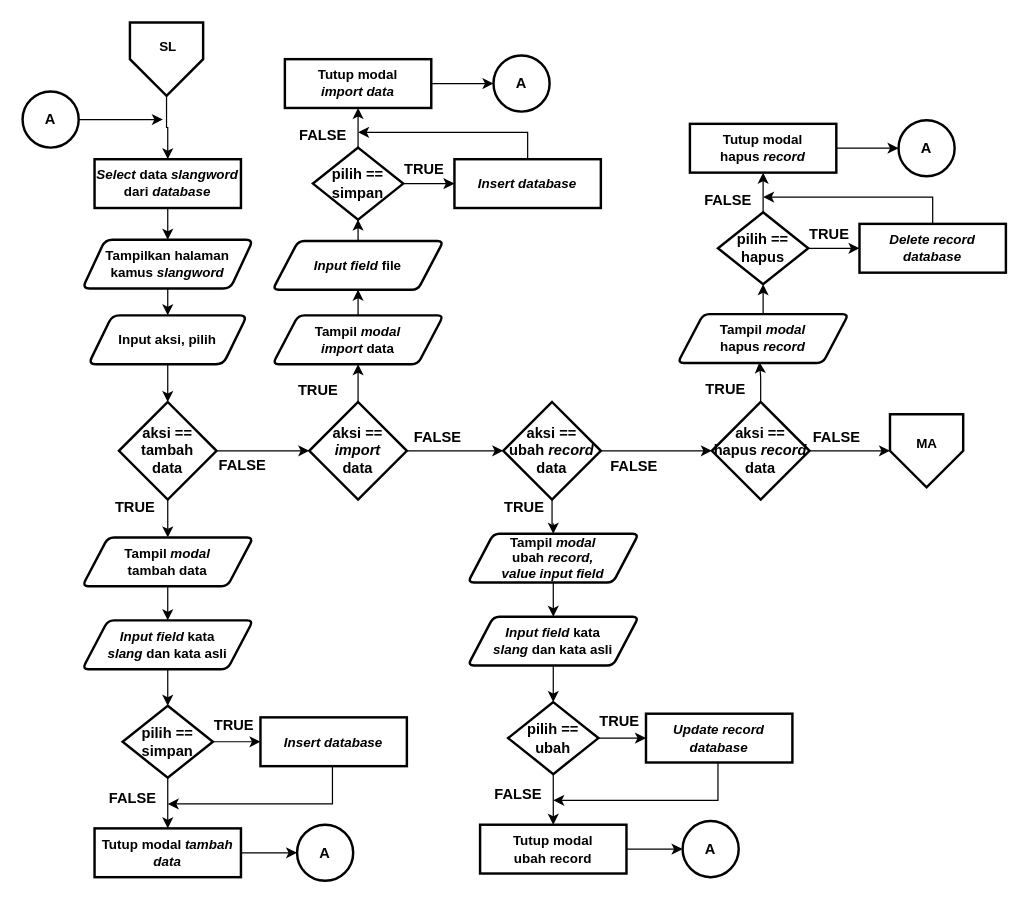
Above: Dokumen TA/Paper/Flowchart/Flowchart menu slangword.drawio in muspriandi/TextMining-SentimentAnalysis (draw.io), before the change. Source tidied: cells renumbered, new cells numbered last; positions are measured from the earlier drawing's top-left corner, leaving out a move shared by most shapes. Both pictures are drawn from the tidied source at 122%, with x=0, y=0 at pixel (22, 22).
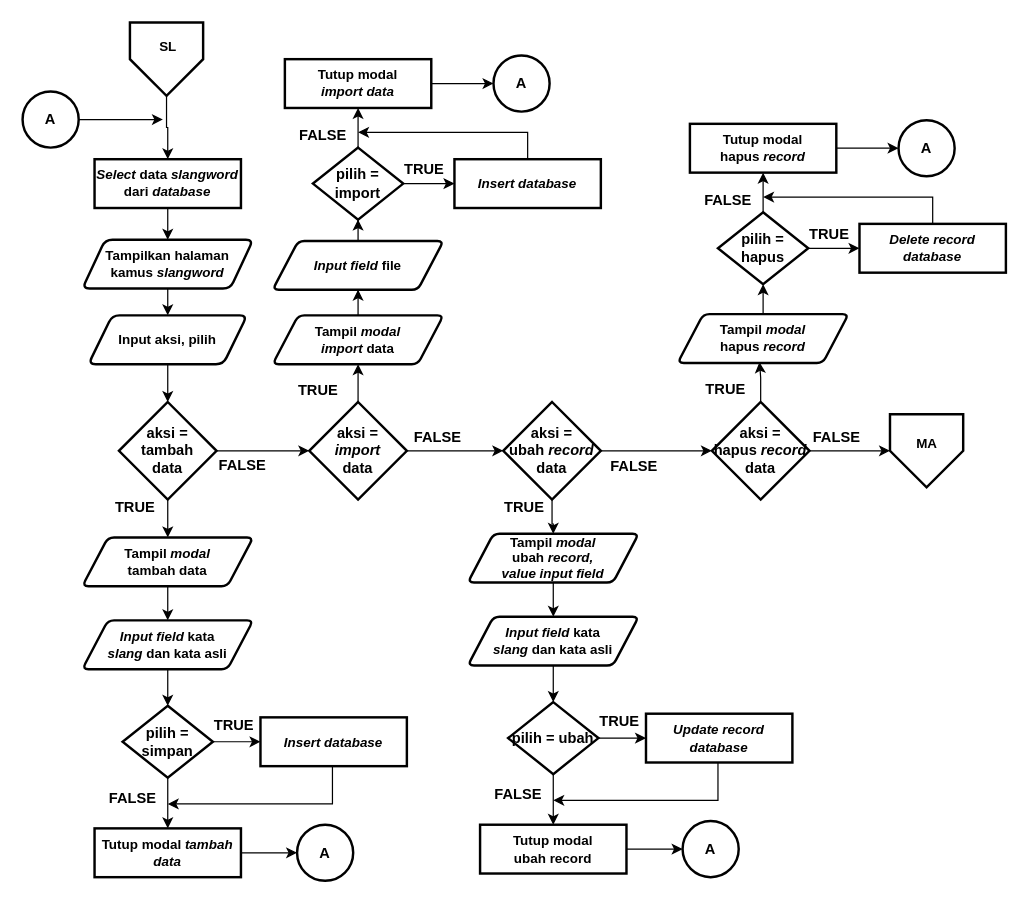
The same page after the edit.

What changed in the source:
```diff
@@
-    <mxCell id="17" value="&lt;b&gt;&lt;font style=&quot;font-size: 12px&quot;&gt;aksi == tambah&lt;br&gt;data&lt;/font&gt;&lt;/b&gt;" style="rhombus;whiteSpace=wrap;html=1;strokeWidth=2;" parent="1" vertex="1">
+    <mxCell id="17" value="&lt;b&gt;&lt;font style=&quot;font-size: 12px&quot;&gt;aksi = tambah&lt;br&gt;data&lt;/font&gt;&lt;/b&gt;" style="rhombus;whiteSpace=wrap;html=1;strokeWidth=2;" parent="1" vertex="1">
       <mxGeometry x="79" y="311" width="80" height="80" as="geometry" />
     </mxCell>
@@
-    <mxCell id="20" value="&lt;b&gt;&lt;font style=&quot;font-size: 12px&quot;&gt;aksi == &lt;i&gt;import&lt;/i&gt;&lt;br&gt;data&lt;br&gt;&lt;/font&gt;&lt;/b&gt;" style="rhombus;whiteSpace=wrap;html=1;strokeWidth=2;" parent="1" vertex="1">
+    <mxCell id="20" value="&lt;b&gt;&lt;font style=&quot;font-size: 12px&quot;&gt;aksi =&lt;br&gt;&lt;i&gt;import&lt;/i&gt;&lt;br&gt;data&lt;br&gt;&lt;/font&gt;&lt;/b&gt;" style="rhombus;whiteSpace=wrap;html=1;strokeWidth=2;" parent="1" vertex="1">
       <mxGeometry x="235" y="311" width="80" height="80" as="geometry" />
     </mxCell>
@@
-    <mxCell id="23" value="&lt;b&gt;&lt;font style=&quot;font-size: 12px&quot;&gt;aksi == &lt;br&gt;ubah &lt;i&gt;record&lt;/i&gt;&lt;br&gt;data&lt;br&gt;&lt;/font&gt;&lt;/b&gt;" style="rhombus;whiteSpace=wrap;html=1;strokeWidth=2;" parent="1" vertex="1">
+    <mxCell id="23" value="&lt;b&gt;&lt;font style=&quot;font-size: 12px&quot;&gt;aksi = &lt;br&gt;ubah &lt;i&gt;record&lt;/i&gt;&lt;br&gt;data&lt;br&gt;&lt;/font&gt;&lt;/b&gt;" style="rhombus;whiteSpace=wrap;html=1;strokeWidth=2;" parent="1" vertex="1">
       <mxGeometry x="394" y="311" width="80" height="80" as="geometry" />
     </mxCell>
@@
-    <mxCell id="26" value="&lt;b&gt;&lt;font style=&quot;font-size: 12px&quot;&gt;aksi == &lt;br&gt;hapus &lt;i&gt;record&lt;/i&gt;&lt;br&gt;data&lt;br&gt;&lt;/font&gt;&lt;/b&gt;" style="rhombus;whiteSpace=wrap;html=1;strokeWidth=2;" parent="1" vertex="1">
+    <mxCell id="26" value="&lt;b&gt;&lt;font style=&quot;font-size: 12px&quot;&gt;aksi = &lt;br&gt;hapus &lt;i&gt;record&lt;/i&gt;&lt;br&gt;data&lt;br&gt;&lt;/font&gt;&lt;/b&gt;" style="rhombus;whiteSpace=wrap;html=1;strokeWidth=2;" parent="1" vertex="1">
       <mxGeometry x="565" y="311" width="80" height="80" as="geometry" />
     </mxCell>
@@
-    <mxCell id="33" value="&lt;b&gt;&lt;font style=&quot;font-size: 12px&quot;&gt;pilih == simpan&lt;/font&gt;&lt;/b&gt;" style="rhombus;whiteSpace=wrap;html=1;strokeWidth=2;" parent="1" vertex="1">
+    <mxCell id="33" value="&lt;b&gt;&lt;font style=&quot;font-size: 12px&quot;&gt;pilih = simpan&lt;/font&gt;&lt;/b&gt;" style="rhombus;whiteSpace=wrap;html=1;strokeWidth=2;" parent="1" vertex="1">
       <mxGeometry x="82" y="560" width="74" height="59" as="geometry" />
     </mxCell>
@@
-    <mxCell id="51" value="&lt;b&gt;&lt;font style=&quot;font-size: 12px&quot;&gt;pilih == simpan&lt;/font&gt;&lt;/b&gt;" style="rhombus;whiteSpace=wrap;html=1;strokeWidth=2;" parent="1" vertex="1">
+    <mxCell id="51" value="&lt;b&gt;&lt;font style=&quot;font-size: 12px&quot;&gt;pilih = import&lt;/font&gt;&lt;/b&gt;" style="rhombus;whiteSpace=wrap;html=1;strokeWidth=2;" parent="1" vertex="1">
       <mxGeometry x="238" y="102.5" width="74" height="59" as="geometry" />
     </mxCell>
@@
-    <mxCell id="67" value="&lt;b&gt;&lt;font style=&quot;font-size: 12px&quot;&gt;pilih == ubah&lt;/font&gt;&lt;/b&gt;" style="rhombus;whiteSpace=wrap;html=1;strokeWidth=2;" parent="1" vertex="1">
+    <mxCell id="67" value="&lt;b&gt;&lt;font style=&quot;font-size: 12px&quot;&gt;pilih = ubah&lt;/font&gt;&lt;/b&gt;" style="rhombus;whiteSpace=wrap;html=1;strokeWidth=2;" parent="1" vertex="1">
       <mxGeometry x="398" y="557" width="74" height="59" as="geometry" />
     </mxCell>
@@
-    <mxCell id="81" value="&lt;b&gt;&lt;font style=&quot;font-size: 12px&quot;&gt;pilih == hapus&lt;/font&gt;&lt;/b&gt;" style="rhombus;whiteSpace=wrap;html=1;strokeWidth=2;" parent="1" vertex="1">
+    <mxCell id="81" value="&lt;b&gt;&lt;font style=&quot;font-size: 12px&quot;&gt;pilih = hapus&lt;/font&gt;&lt;/b&gt;" style="rhombus;whiteSpace=wrap;html=1;strokeWidth=2;" parent="1" vertex="1">
       <mxGeometry x="570" y="155.5" width="74" height="59" as="geometry" />
     </mxCell>
```
